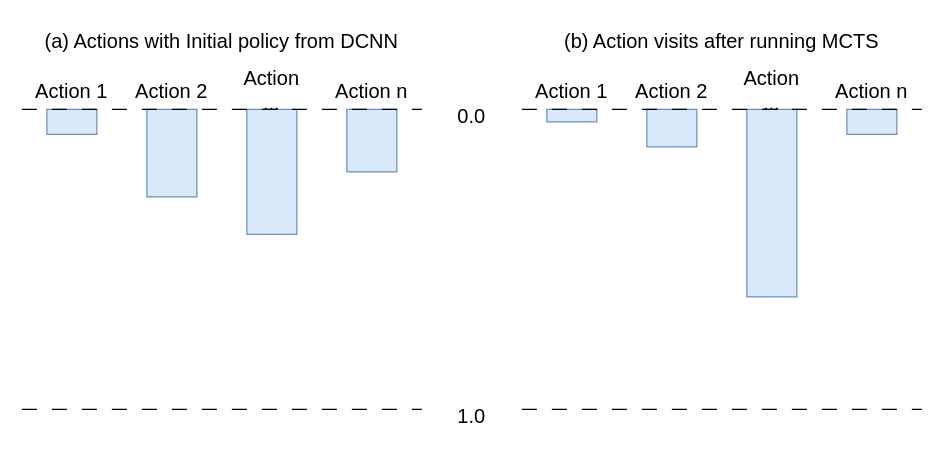
Earlier version of the draw.io diagram az_policy.drawio (Klazkin/player-zero). Source tidied: cells renumbered, new cells numbered last; positions are measured from the earlier drawing's top-left corner, leaving out a move shared by most shapes. Both pictures are drawn from the tidied source at 125%, with x=0, y=0 at pixel (21, 21).
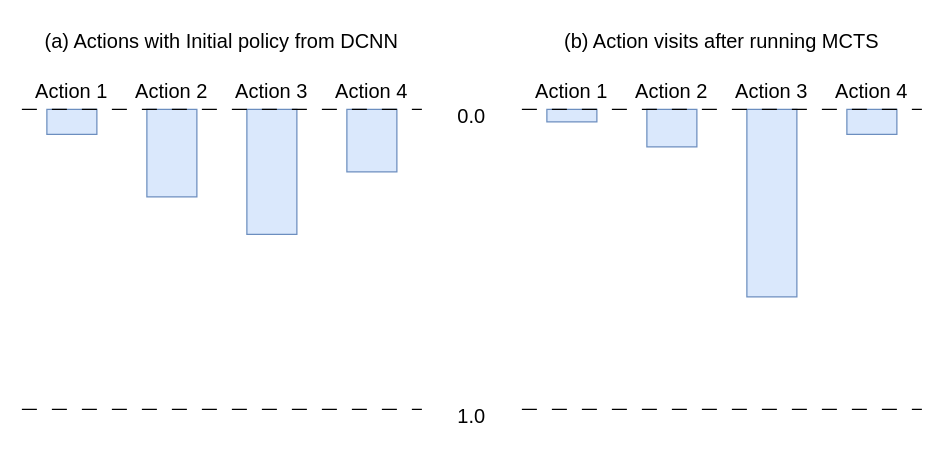
The same diagram, later.

Diff of the diagram source:
```diff
@@
-    <mxCell id="8" value="Action ..." style="text;html=1;align=center;verticalAlign=middle;whiteSpace=wrap;rounded=0;fontSize=16;" parent="1" vertex="1">
+    <mxCell id="8" value="Action 3" style="text;html=1;align=center;verticalAlign=middle;whiteSpace=wrap;rounded=0;fontSize=16;" parent="1" vertex="1">
       <mxGeometry x="170" y="40" width="60" height="30" as="geometry" />
     </mxCell>
-    <mxCell id="9" value="Action n" style="text;html=1;align=center;verticalAlign=middle;whiteSpace=wrap;rounded=0;fontSize=16;" parent="1" vertex="1">
+    <mxCell id="9" value="Action 4" style="text;html=1;align=center;verticalAlign=middle;whiteSpace=wrap;rounded=0;fontSize=16;" parent="1" vertex="1">
       <mxGeometry x="250" y="40" width="60" height="30" as="geometry" />
     </mxCell>
@@
-    <mxCell id="18" value="Action ..." style="text;html=1;align=center;verticalAlign=middle;whiteSpace=wrap;rounded=0;fontSize=16;" parent="1" vertex="1">
+    <mxCell id="18" value="&lt;div&gt;Action 3&lt;/div&gt;" style="text;html=1;align=center;verticalAlign=middle;whiteSpace=wrap;rounded=0;fontSize=16;" parent="1" vertex="1">
       <mxGeometry x="570" y="40" width="60" height="30" as="geometry" />
     </mxCell>
-    <mxCell id="19" value="Action n" style="text;html=1;align=center;verticalAlign=middle;whiteSpace=wrap;rounded=0;fontSize=16;" parent="1" vertex="1">
+    <mxCell id="19" value="Action 4" style="text;html=1;align=center;verticalAlign=middle;whiteSpace=wrap;rounded=0;fontSize=16;" parent="1" vertex="1">
       <mxGeometry x="650" y="40" width="60" height="30" as="geometry" />
     </mxCell>
```
